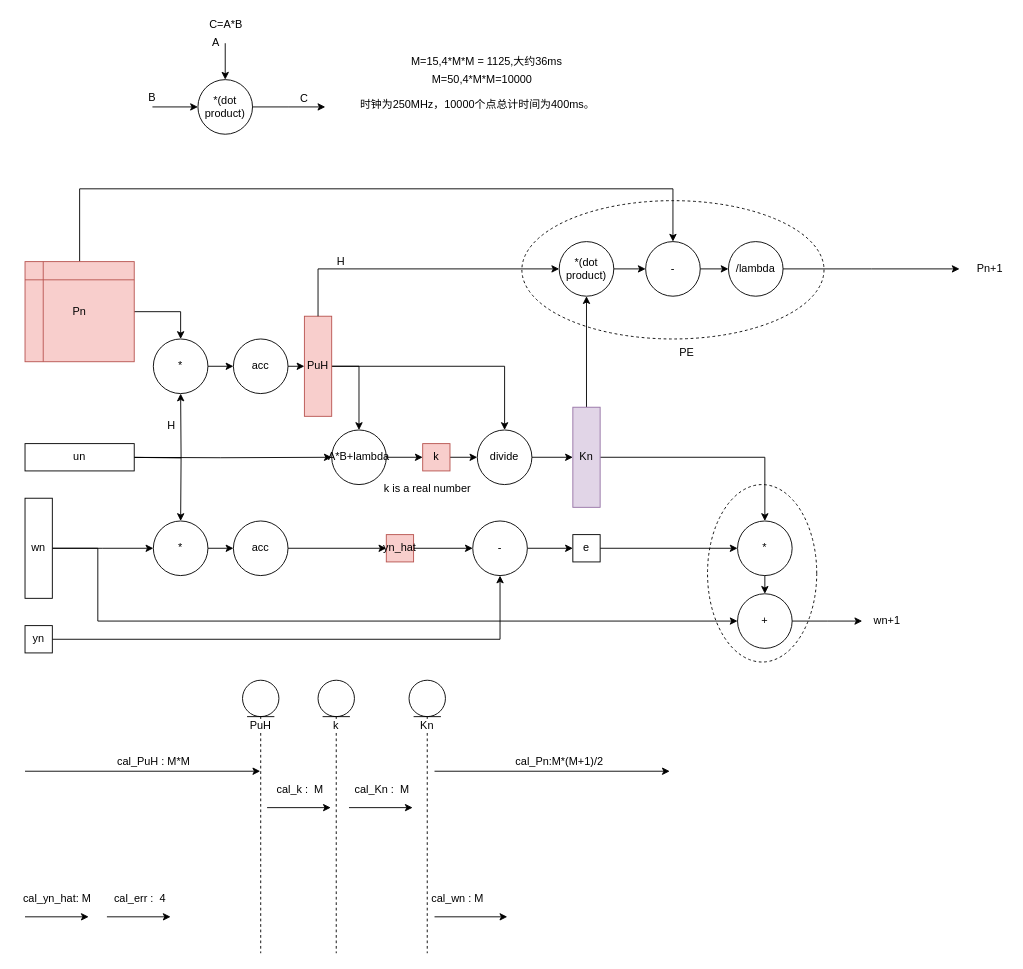
Earlier version of the draw.io diagram rls_fpga.drawio (Momenttt/hellogithub). Source tidied: cells renumbered, new cells numbered last; positions are measured from the earlier drawing's top-left corner, leaving out a move shared by most shapes. Both pictures are drawn from the tidied source at 91%, with x=0, y=0 at pixel (15, 15).
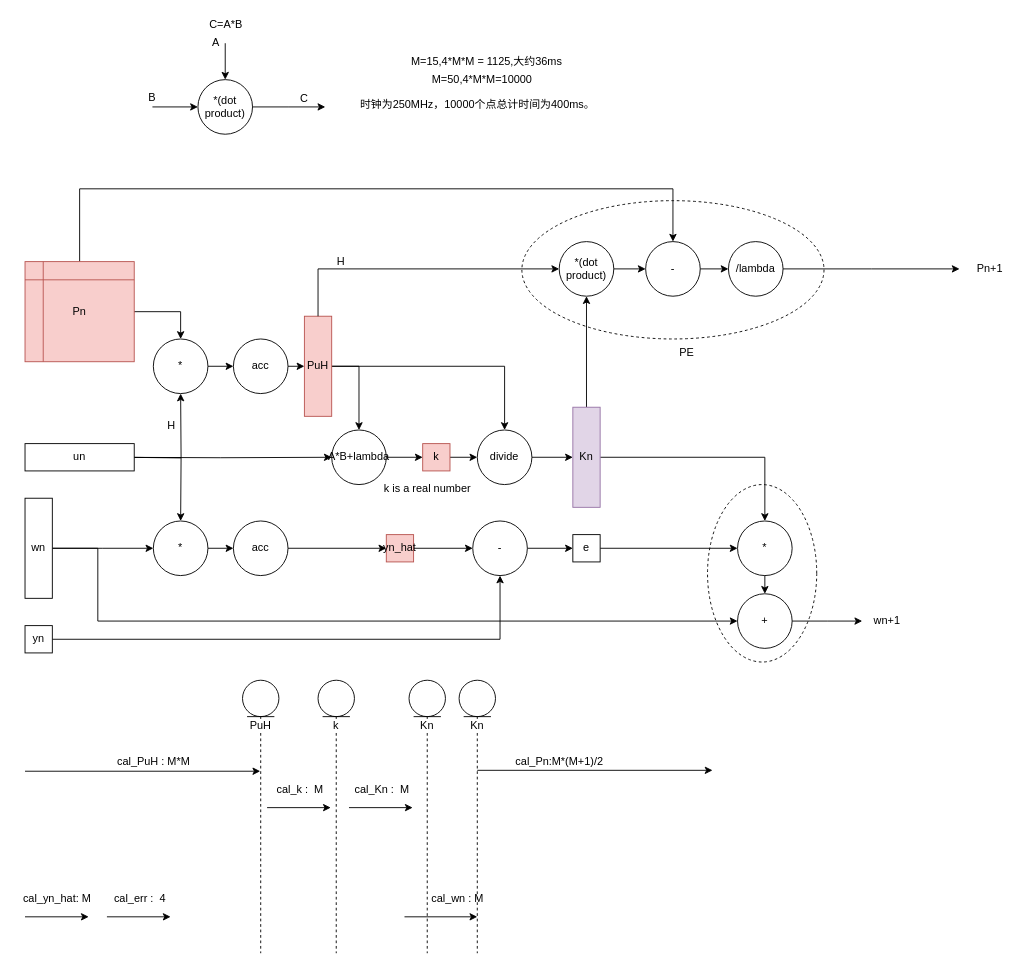
The same page after the edit.

The change refers to these unchanged cells:
```xml
<mxCell id="72" value="Kn" style="shape=umlLifeline;participant=umlEntity;perimeter=lifelinePerimeter;whiteSpace=wrap;html=1;verticalAlign=top;spacingTop=36;labelBackgroundColor=#ffffff;" parent="1" vertex="1">
  <mxGeometry x="432" y="730" width="40" height="300" as="geometry" />
</mxCell>
```

What changed in the source:
```diff
@@
+    <mxCell id="77" style="endArrow=classic;html=1;" parent="72" edge="1">
+      <mxGeometry relative="1" as="geometry">
+        <mxPoint x="-5" y="260" as="sourcePoint" />
+        <mxPoint x="75" y="260" as="targetPoint" />
+      </mxGeometry>
+    </mxCell>
@@
     <mxCell id="75" style="endArrow=classic;html=1;" parent="1" edge="1">
       <mxGeometry relative="1" as="geometry">
-        <mxPoint x="460" y="830" as="sourcePoint" />
-        <mxPoint x="718.5" y="830" as="targetPoint" />
+        <mxPoint x="507" y="829" as="sourcePoint" />
+        <mxPoint x="765.5" y="829" as="targetPoint" />
       </mxGeometry>
     </mxCell>
@@
-    <mxCell id="77" style="endArrow=classic;html=1;" parent="1" edge="1">
-      <mxGeometry relative="1" as="geometry">
-        <mxPoint x="460" y="990" as="sourcePoint" />
-        <mxPoint x="540" y="990" as="targetPoint" />
-      </mxGeometry>
-    </mxCell>
@@
+    <mxCell id="87" value="Kn" style="shape=umlLifeline;participant=umlEntity;perimeter=lifelinePerimeter;whiteSpace=wrap;html=1;verticalAlign=top;spacingTop=36;labelBackgroundColor=#ffffff;" parent="1" vertex="1">
+      <mxGeometry x="487" y="730" width="40" height="300" as="geometry" />
+    </mxCell>
```
